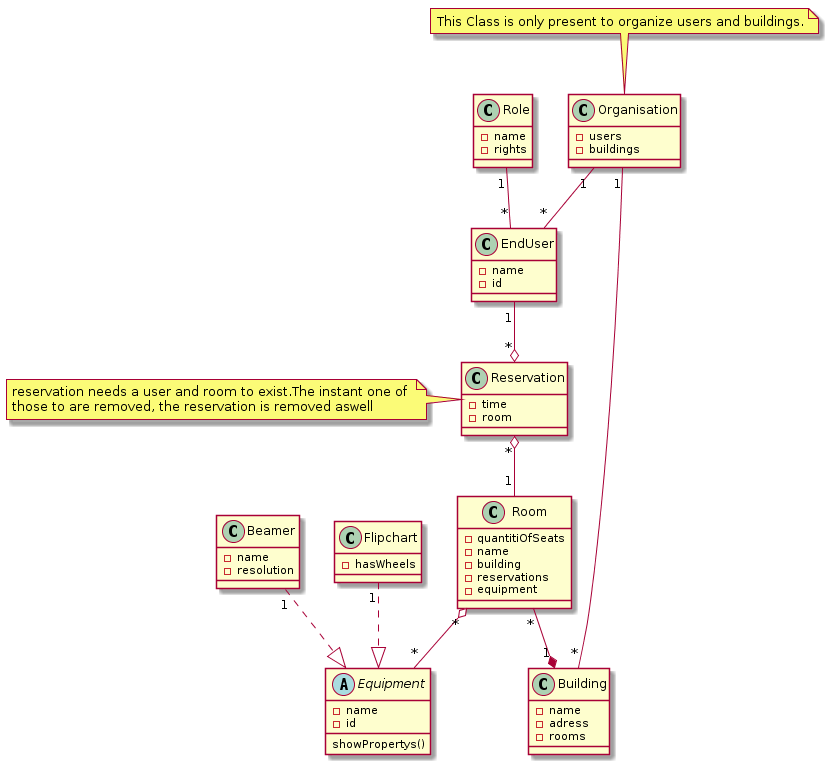
Earlier version of the PlantUML export src/site/resources/images/ClassDiagram.png (BFH-SoED-due1/white). Its diagram source:
```plantuml
@startuml
Class Organisation{
	-users
	-buildings
}
note top: This Class is only present to organize users and buildings.

Abstract Class Equipment{
	-name
	-id
	showPropertys()
}
Class Beamer{
	-name
	-resolution
}

Class Flipchart{
	-hasWheels
}

class EndUser{
	-name
	-id
}

Class Role{
	-name
	-rights
}
Class Reservation{
	-time
	-room
}
note left
	reservation needs a user and room to exist.The instant one of
	those to are removed, the reservation is removed aswell
end note

Class Room{
	-quantitiOfSeats
	-name
	-building
	-reservations
	-equipment
}
Class Building{
	-name
	-adress
	-rooms
}
Role "1" --" *" EndUser
EndUser"1" --o "*" Reservation
Reservation "*" o-- "1" Room
Room "*" --* "1" Building
Room "*" o-- "*" Equipment
Beamer "1" ..|> Equipment
Flipchart "1" ..|> Equipment
Organisation  "1" -- "*" EndUser
Organisation  "1" -- "*" Building









@enduml
```
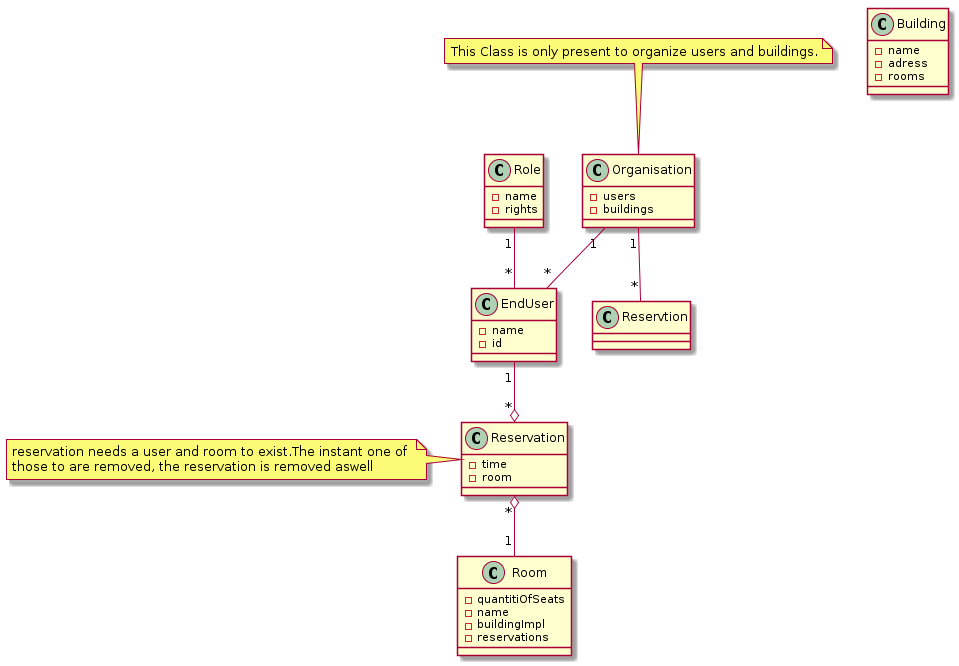
Above is the later version.

Change to the diagram source:
```diff
@@ -5,19 +5,6 @@
 }
 note top: This Class is only present to organize users and buildings.
 
-Abstract Class Equipment{
-	-name
-	-id
-	showPropertys()
-}
-Class Beamer{
-	-name
-	-resolution
-}
-
-Class Flipchart{
-	-hasWheels
-}
 
 class EndUser{
 	-name
@@ -40,9 +27,8 @@
 Class Room{
 	-quantitiOfSeats
 	-name
-	-building
+	-buildingImpl
 	-reservations
-	-equipment
 }
 Class Building{
 	-name
@@ -52,12 +38,8 @@
 Role "1" --" *" EndUser
 EndUser"1" --o "*" Reservation
 Reservation "*" o-- "1" Room
-Room "*" --* "1" Building
-Room "*" o-- "*" Equipment
-Beamer "1" ..|> Equipment
-Flipchart "1" ..|> Equipment
 Organisation  "1" -- "*" EndUser
-Organisation  "1" -- "*" Building
+Organisation  "1" -- "*" Reservtion
 
 
 
```
